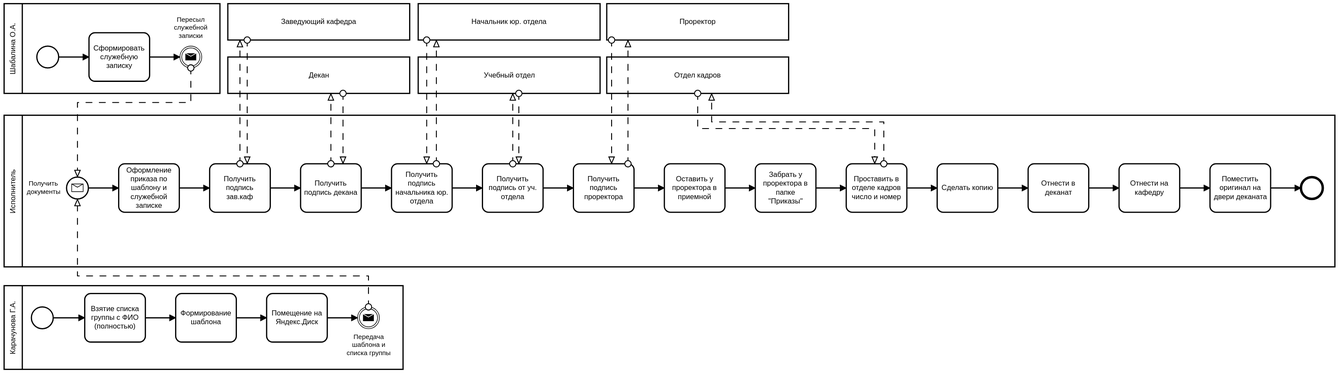
This is MyLabs/Lab4/Приказы по бакалаврам по темам ВКР Вайнгольц Попова.svg from SashkaCosmonaut/design-of-aipacs-course, a BPMN export, as it was before one commit. Its source is kept beside it as MyLabs/Lab4/Приказы по бакалаврам по темам ВКР Вайнгольц Попова.bpmn. Ids are renumbered.
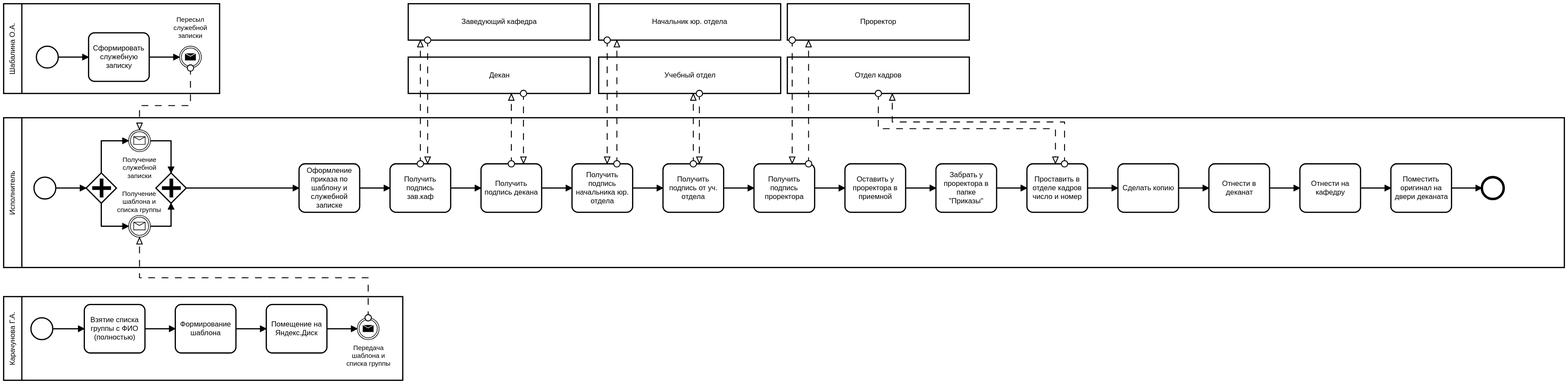
The same diagram one commit later.

Commit message:
Отредактирована BPMN диаграмма с приказами по бакалаврам

The edit, as a diff of the source:
```diff
@@ -9,8 +9,6 @@
     <bpmn:participant id="Participant_n11" name="Учебный отдел" />
     <bpmn:participant id="Participant_n12" name="Проректор" />
     <bpmn:participant id="Participant_n13" name="Отдел кадров" />
-    <bpmn:messageFlow id="MessageFlow_n14" sourceRef="IntermediateThrowEvent_n15" targetRef="StartEvent_n16" />
-    <bpmn:messageFlow id="MessageFlow_n17" sourceRef="IntermediateThrowEvent_n18" targetRef="StartEvent_n16" />
     <bpmn:messageFlow id="MessageFlow_n19" sourceRef="Participant_n8" targetRef="Task_n20" />
     <bpmn:messageFlow id="MessageFlow_n21" sourceRef="Participant_n9" targetRef="Task_n22" />
     <bpmn:messageFlow id="MessageFlow_n23" sourceRef="Task_n20" targetRef="Participant_n8" />
@@ -23,6 +21,8 @@
     <bpmn:messageFlow id="MessageFlow_n33" sourceRef="Participant_n12" targetRef="Task_n32" />
     <bpmn:messageFlow id="MessageFlow_n34" sourceRef="Participant_n13" targetRef="Task_n35" />
     <bpmn:messageFlow id="MessageFlow_n36" sourceRef="Task_n35" targetRef="Participant_n13" />
+    <bpmn:messageFlow id="MessageFlow_n71" sourceRef="IntermediateThrowEvent_n15" targetRef="IntermediateThrowEvent_n72" />
+    <bpmn:messageFlow id="MessageFlow_n73" sourceRef="IntermediateThrowEvent_n18" targetRef="IntermediateThrowEvent_n74" />
   </bpmn:collaboration>
   <bpmn:process id="Process_1" isExecutable="false">
     <bpmn:task id="Task_n37" name="Формирование шаблона">
@@ -44,10 +44,10 @@
       <bpmn:incoming>SequenceFlow_n44</bpmn:incoming>
       <bpmn:messageEventDefinition />
     </bpmn:intermediateThrowEvent>
+    <bpmn:sequenceFlow id="SequenceFlow_n44" sourceRef="Task_n43" targetRef="IntermediateThrowEvent_n18" />
+    <bpmn:sequenceFlow id="SequenceFlow_n41" sourceRef="StartEvent_n42" targetRef="Task_n40" />
+    <bpmn:sequenceFlow id="SequenceFlow_n39" sourceRef="Task_n37" targetRef="Task_n43" />
     <bpmn:sequenceFlow id="SequenceFlow_n38" sourceRef="Task_n40" targetRef="Task_n37" />
-    <bpmn:sequenceFlow id="SequenceFlow_n39" sourceRef="Task_n37" targetRef="Task_n43" />
-    <bpmn:sequenceFlow id="SequenceFlow_n41" sourceRef="StartEvent_n42" targetRef="Task_n40" />
-    <bpmn:sequenceFlow id="SequenceFlow_n44" sourceRef="Task_n43" targetRef="IntermediateThrowEvent_n18" />
   </bpmn:process>
   <bpmn:process id="Process_n5">
     <bpmn:startEvent id="StartEvent_n45">
@@ -61,19 +61,14 @@
       <bpmn:incoming>SequenceFlow_n48</bpmn:incoming>
       <bpmn:messageEventDefinition />
     </bpmn:intermediateThrowEvent>
+    <bpmn:sequenceFlow id="SequenceFlow_n48" sourceRef="Task_n47" targetRef="IntermediateThrowEvent_n15" />
     <bpmn:sequenceFlow id="SequenceFlow_n46" sourceRef="StartEvent_n45" targetRef="Task_n47" />
-    <bpmn:sequenceFlow id="SequenceFlow_n48" sourceRef="Task_n47" targetRef="IntermediateThrowEvent_n15" />
   </bpmn:process>
   <bpmn:process id="Process_n7">
-    <bpmn:startEvent id="StartEvent_n16" name="Получить документы">
-      <bpmn:outgoing>SequenceFlow_n49</bpmn:outgoing>
-      <bpmn:messageEventDefinition />
-    </bpmn:startEvent>
     <bpmn:task id="Task_n50" name="Оформление приказа по шаблону и служебной записке">
-      <bpmn:incoming>SequenceFlow_n49</bpmn:incoming>
+      <bpmn:incoming>SequenceFlow_n75</bpmn:incoming>
       <bpmn:outgoing>SequenceFlow_n51</bpmn:outgoing>
     </bpmn:task>
-    <bpmn:sequenceFlow id="SequenceFlow_n49" sourceRef="StartEvent_n16" targetRef="Task_n50" />
     <bpmn:task id="Task_n20" name="Получить подпись зав.каф">
       <bpmn:incoming>SequenceFlow_n51</bpmn:incoming>
       <bpmn:outgoing>SequenceFlow_n52</bpmn:outgoing>
@@ -138,97 +133,104 @@
       <bpmn:incoming>SequenceFlow_n69</bpmn:incoming>
     </bpmn:endEvent>
     <bpmn:sequenceFlow id="SequenceFlow_n69" sourceRef="Task_n68" targetRef="EndEvent_n70" />
+    <bpmn:startEvent id="StartEvent_n76">
+      <bpmn:outgoing>SequenceFlow_n77</bpmn:outgoing>
+    </bpmn:startEvent>
+    <bpmn:parallelGateway id="ExclusiveGateway_n78">
+      <bpmn:incoming>SequenceFlow_n77</bpmn:incoming>
+      <bpmn:outgoing>SequenceFlow_n79</bpmn:outgoing>
+      <bpmn:outgoing>SequenceFlow_n80</bpmn:outgoing>
+    </bpmn:parallelGateway>
+    <bpmn:sequenceFlow id="SequenceFlow_n77" sourceRef="StartEvent_n76" targetRef="ExclusiveGateway_n78" />
+    <bpmn:sequenceFlow id="SequenceFlow_n79" sourceRef="ExclusiveGateway_n78" targetRef="IntermediateThrowEvent_n72" />
+    <bpmn:sequenceFlow id="SequenceFlow_n80" sourceRef="ExclusiveGateway_n78" targetRef="IntermediateThrowEvent_n74" />
+    <bpmn:sequenceFlow id="SequenceFlow_n81" sourceRef="IntermediateThrowEvent_n72" targetRef="ExclusiveGateway_n82" />
+    <bpmn:sequenceFlow id="SequenceFlow_n83" sourceRef="IntermediateThrowEvent_n74" targetRef="ExclusiveGateway_n82" />
+    <bpmn:parallelGateway id="ExclusiveGateway_n82">
+      <bpmn:incoming>SequenceFlow_n81</bpmn:incoming>
+      <bpmn:incoming>SequenceFlow_n83</bpmn:incoming>
+      <bpmn:outgoing>SequenceFlow_n75</bpmn:outgoing>
+    </bpmn:parallelGateway>
+    <bpmn:intermediateCatchEvent id="IntermediateThrowEvent_n74" name="Получение шаблона и списка группы">
+      <bpmn:incoming>SequenceFlow_n80</bpmn:incoming>
+      <bpmn:outgoing>SequenceFlow_n83</bpmn:outgoing>
+      <bpmn:messageEventDefinition />
+    </bpmn:intermediateCatchEvent>
+    <bpmn:intermediateCatchEvent id="IntermediateThrowEvent_n72" name="Получение служебной записки">
+      <bpmn:incoming>SequenceFlow_n79</bpmn:incoming>
+      <bpmn:outgoing>SequenceFlow_n81</bpmn:outgoing>
+      <bpmn:messageEventDefinition />
+    </bpmn:intermediateCatchEvent>
+    <bpmn:sequenceFlow id="SequenceFlow_n75" sourceRef="ExclusiveGateway_n82" targetRef="Task_n50" />
   </bpmn:process>
   <bpmndi:BPMNDiagram id="BPMNDiagram_1">
     <bpmndi:BPMNPlane id="BPMNPlane_1" bpmnElement="Collaboration_n2">
       <bpmndi:BPMNShape id="Participant_n3_di" bpmnElement="Participant_n3">
-        <dc:Bounds x="216" y="453" width="658" height="138" />
+        <dc:Bounds x="-82" y="471" width="658" height="138" />
       </bpmndi:BPMNShape>
       <bpmndi:BPMNShape id="Participant_n4_di" bpmnElement="Participant_n4">
-        <dc:Bounds x="216" y="-12" width="356" height="148" />
+        <dc:Bounds x="-82" y="-12" width="356" height="148" />
       </bpmndi:BPMNShape>
       <bpmndi:BPMNShape id="StartEvent_n45_di" bpmnElement="StartEvent_n45">
-        <dc:Bounds x="270" y="58" width="36" height="36" />
+        <dc:Bounds x="-28" y="58" width="36" height="36" />
       </bpmndi:BPMNShape>
       <bpmndi:BPMNShape id="Task_n47_di" bpmnElement="Task_n47">
-        <dc:Bounds x="356" y="36" width="100" height="80" />
+        <dc:Bounds x="58" y="36" width="100" height="80" />
       </bpmndi:BPMNShape>
       <bpmndi:BPMNEdge id="SequenceFlow_n46_di" bpmnElement="SequenceFlow_n46">
-        <di:waypoint x="306" y="76" />
-        <di:waypoint x="356" y="76" />
+        <di:waypoint x="8" y="76" />
+        <di:waypoint x="58" y="76" />
       </bpmndi:BPMNEdge>
       <bpmndi:BPMNEdge id="SequenceFlow_n48_di" bpmnElement="SequenceFlow_n48">
-        <di:waypoint x="456" y="76" />
-        <di:waypoint x="506" y="76" />
+        <di:waypoint x="158" y="76" />
+        <di:waypoint x="208" y="76" />
       </bpmndi:BPMNEdge>
       <bpmndi:BPMNShape id="IntermediateThrowEvent_000kmao_di" bpmnElement="IntermediateThrowEvent_n15">
-        <dc:Bounds x="506" y="58" width="36" height="36" />
+        <dc:Bounds x="208" y="58" width="36" height="36" />
         <bpmndi:BPMNLabel>
-          <dc:Bounds x="496" y="8" width="56" height="40" />
+          <dc:Bounds x="198" y="8" width="56" height="40" />
         </bpmndi:BPMNLabel>
       </bpmndi:BPMNShape>
       <bpmndi:BPMNShape id="Task_n37_di" bpmnElement="Task_n37">
-        <dc:Bounds x="499" y="466" width="100" height="80" />
+        <dc:Bounds x="201" y="484" width="100" height="80" />
       </bpmndi:BPMNShape>
       <bpmndi:BPMNShape id="Task_n40_di" bpmnElement="Task_n40">
-        <dc:Bounds x="349" y="466" width="100" height="80" />
+        <dc:Bounds x="51" y="484" width="100" height="80" />
       </bpmndi:BPMNShape>
       <bpmndi:BPMNEdge id="SequenceFlow_n38_di" bpmnElement="SequenceFlow_n38">
-        <di:waypoint x="449" y="506" />
-        <di:waypoint x="499" y="506" />
+        <di:waypoint x="151" y="524" />
+        <di:waypoint x="201" y="524" />
       </bpmndi:BPMNEdge>
       <bpmndi:BPMNShape id="StartEvent_n42_di" bpmnElement="StartEvent_n42">
-        <dc:Bounds x="261" y="488" width="36" height="36" />
+        <dc:Bounds x="-37" y="506" width="36" height="36" />
       </bpmndi:BPMNShape>
       <bpmndi:BPMNEdge id="SequenceFlow_n41_di" bpmnElement="SequenceFlow_n41">
-        <di:waypoint x="297" y="506" />
-        <di:waypoint x="349" y="506" />
+        <di:waypoint x="-1" y="524" />
+        <di:waypoint x="51" y="524" />
       </bpmndi:BPMNEdge>
       <bpmndi:BPMNShape id="Task_n43_di" bpmnElement="Task_n43">
-        <dc:Bounds x="649" y="466" width="100" height="80" />
+        <dc:Bounds x="351" y="484" width="100" height="80" />
       </bpmndi:BPMNShape>
       <bpmndi:BPMNEdge id="SequenceFlow_n39_di" bpmnElement="SequenceFlow_n39">
-        <di:waypoint x="599" y="506" />
-        <di:waypoint x="649" y="506" />
+        <di:waypoint x="301" y="524" />
+        <di:waypoint x="351" y="524" />
       </bpmndi:BPMNEdge>
       <bpmndi:BPMNEdge id="SequenceFlow_n44_di" bpmnElement="SequenceFlow_n44">
-        <di:waypoint x="749" y="506" />
-        <di:waypoint x="799" y="506" />
+        <di:waypoint x="451" y="524" />
+        <di:waypoint x="501" y="524" />
       </bpmndi:BPMNEdge>
       <bpmndi:BPMNShape id="IntermediateThrowEvent_1bq82yy_di" bpmnElement="IntermediateThrowEvent_n18">
-        <dc:Bounds x="799" y="488" width="36" height="36" />
+        <dc:Bounds x="501" y="506" width="36" height="36" />
         <bpmndi:BPMNLabel>
-          <dc:Bounds x="781" y="531" width="73" height="40" />
+          <dc:Bounds x="483" y="549" width="73" height="40" />
         </bpmndi:BPMNLabel>
       </bpmndi:BPMNShape>
       <bpmndi:BPMNShape id="Participant_n6_di" bpmnElement="Participant_n6">
-        <dc:Bounds x="216" y="172" width="2275" height="250" />
+        <dc:Bounds x="-82" y="176" width="2573" height="247" />
       </bpmndi:BPMNShape>
-      <bpmndi:BPMNShape id="StartEvent_0qprpge_di" bpmnElement="StartEvent_n16">
-        <dc:Bounds x="319" y="274" width="36" height="36" />
-        <bpmndi:BPMNLabel>
-          <dc:Bounds x="253.5" y="278.5" width="55" height="27" />
-        </bpmndi:BPMNLabel>
-      </bpmndi:BPMNShape>
-      <bpmndi:BPMNEdge id="MessageFlow_n14_di" bpmnElement="MessageFlow_n14">
-        <di:waypoint x="524" y="94" />
-        <di:waypoint x="524" y="151" />
-        <di:waypoint x="337" y="151" />
-        <di:waypoint x="337" y="274" />
-      </bpmndi:BPMNEdge>
-      <bpmndi:BPMNEdge id="MessageFlow_n17_di" bpmnElement="MessageFlow_n17">
-        <di:waypoint x="817" y="488" />
-        <di:waypoint x="817" y="437" />
-        <di:waypoint x="337" y="437" />
-        <di:waypoint x="337" y="310" />
-      </bpmndi:BPMNEdge>
       <bpmndi:BPMNShape id="Task_n50_di" bpmnElement="Task_n50">
         <dc:Bounds x="405" y="252" width="100" height="80" />
       </bpmndi:BPMNShape>
-      <bpmndi:BPMNEdge id="SequenceFlow_n49_di" bpmnElement="SequenceFlow_n49">
-        <di:waypoint x="355" y="292" />
-        <di:waypoint x="405" y="292" />
-      </bpmndi:BPMNEdge>
       <bpmndi:BPMNShape id="Participant_0az5vau_di" bpmnElement="Participant_n8">
         <dc:Bounds x="585" y="-12" width="300" height="60" />
       </bpmndi:BPMNShape>
@@ -390,6 +392,67 @@
         <di:waypoint x="2305" y="292" />
         <di:waypoint x="2355" y="292" />
       </bpmndi:BPMNEdge>
+      <bpmndi:BPMNShape id="StartEvent_n76_di" bpmnElement="StartEvent_n76">
+        <dc:Bounds x="-32" y="274" width="36" height="36" />
+      </bpmndi:BPMNShape>
+      <bpmndi:BPMNEdge id="SequenceFlow_n77_di" bpmnElement="SequenceFlow_n77">
+        <di:waypoint x="4" y="292" />
+        <di:waypoint x="54" y="292" />
+      </bpmndi:BPMNEdge>
+      <bpmndi:BPMNShape id="ParallelGateway_01bycev_di" bpmnElement="ExclusiveGateway_n78">
+        <dc:Bounds x="54" y="267" width="50" height="50" />
+      </bpmndi:BPMNShape>
+      <bpmndi:BPMNEdge id="SequenceFlow_n79_di" bpmnElement="SequenceFlow_n79">
+        <di:waypoint x="79" y="267" />
+        <di:waypoint x="79" y="214" />
+        <di:waypoint x="124" y="214" />
+      </bpmndi:BPMNEdge>
+      <bpmndi:BPMNEdge id="SequenceFlow_n80_di" bpmnElement="SequenceFlow_n80">
+        <di:waypoint x="79" y="317" />
+        <di:waypoint x="79" y="355" />
+        <di:waypoint x="124" y="355" />
+      </bpmndi:BPMNEdge>
+      <bpmndi:BPMNEdge id="SequenceFlow_n81_di" bpmnElement="SequenceFlow_n81">
+        <di:waypoint x="160" y="214" />
+        <di:waypoint x="194" y="214" />
+        <di:waypoint x="194" y="267" />
+      </bpmndi:BPMNEdge>
+      <bpmndi:BPMNEdge id="SequenceFlow_n83_di" bpmnElement="SequenceFlow_n83">
+        <di:waypoint x="160" y="355" />
+        <di:waypoint x="194" y="355" />
+        <di:waypoint x="194" y="317" />
+      </bpmndi:BPMNEdge>
+      <bpmndi:BPMNShape id="ParallelGateway_19vyb8f_di" bpmnElement="ExclusiveGateway_n82">
+        <dc:Bounds x="169" y="267" width="50" height="50" />
+      </bpmndi:BPMNShape>
+      <bpmndi:BPMNShape id="IntermediateCatchEvent_1i5s137_di" bpmnElement="IntermediateThrowEvent_n74">
+        <dc:Bounds x="124" y="337" width="36" height="36" />
+        <bpmndi:BPMNLabel>
+          <dc:Bounds x="106" y="307" width="73" height="40" />
+        </bpmndi:BPMNLabel>
+      </bpmndi:BPMNShape>
+      <bpmndi:BPMNShape id="IntermediateCatchEvent_1y52o48_di" bpmnElement="IntermediateThrowEvent_n72">
+        <dc:Bounds x="124" y="196" width="36" height="36" />
+        <bpmndi:BPMNLabel>
+          <dc:Bounds x="114" y="239" width="56" height="40" />
+        </bpmndi:BPMNLabel>
+      </bpmndi:BPMNShape>
+      <bpmndi:BPMNEdge id="SequenceFlow_n75_di" bpmnElement="SequenceFlow_n75">
+        <di:waypoint x="219" y="292" />
+        <di:waypoint x="405" y="292" />
+      </bpmndi:BPMNEdge>
+      <bpmndi:BPMNEdge id="MessageFlow_n71_di" bpmnElement="MessageFlow_n71">
+        <di:waypoint x="226" y="94" />
+        <di:waypoint x="226" y="156" />
+        <di:waypoint x="142" y="156" />
+        <di:waypoint x="142" y="196" />
+      </bpmndi:BPMNEdge>
+      <bpmndi:BPMNEdge id="MessageFlow_n73_di" bpmnElement="MessageFlow_n73">
+        <di:waypoint x="519" y="506" />
+        <di:waypoint x="519" y="440" />
+        <di:waypoint x="142" y="440" />
+        <di:waypoint x="142" y="373" />
+      </bpmndi:BPMNEdge>
     </bpmndi:BPMNPlane>
   </bpmndi:BPMNDiagram>
 </bpmn:definitions>
```
